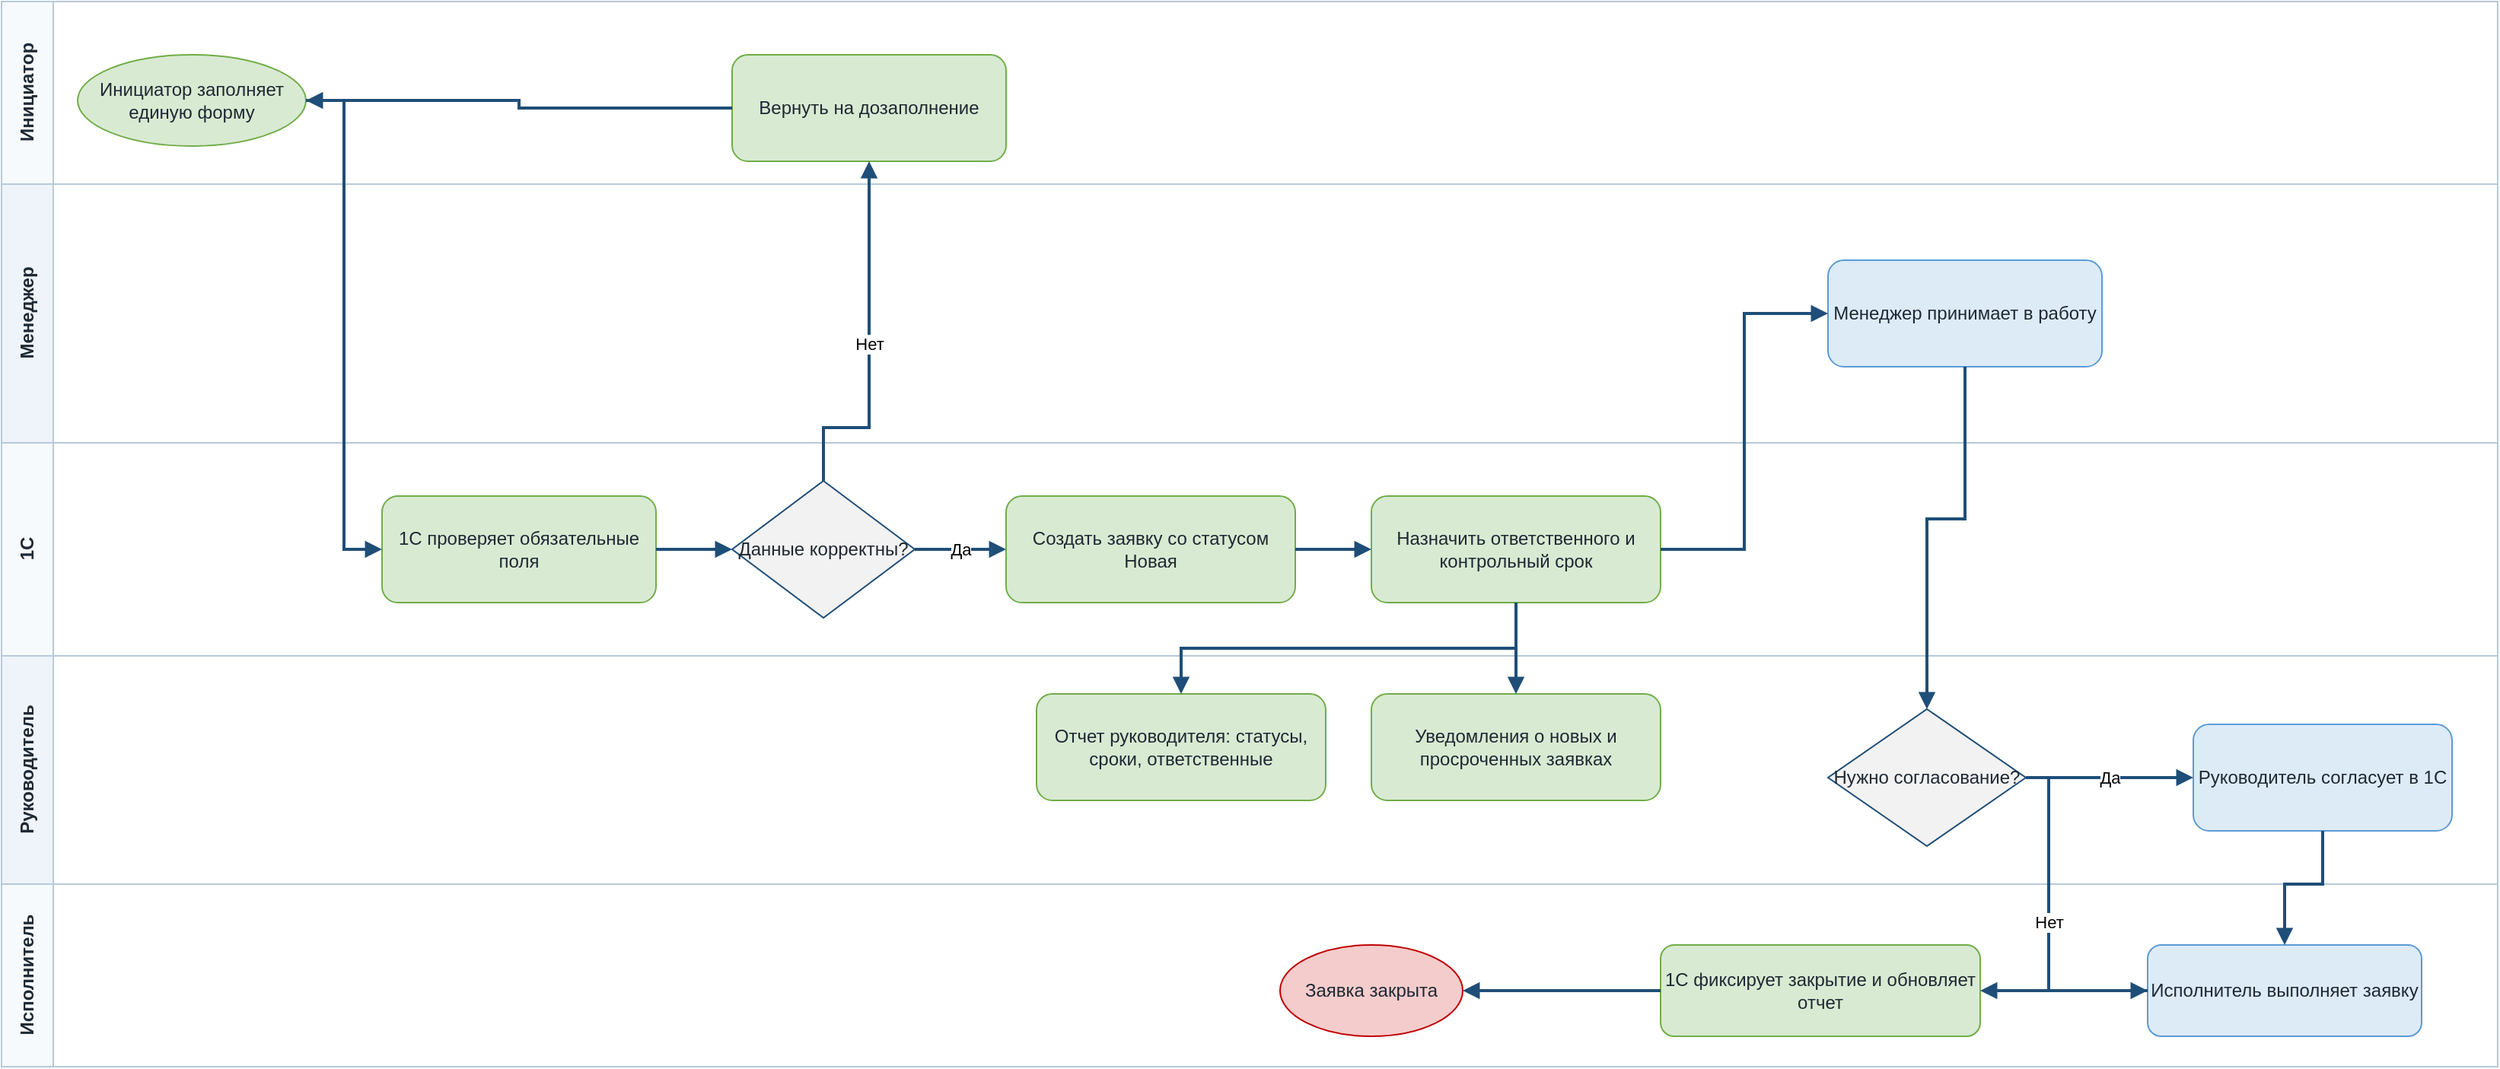
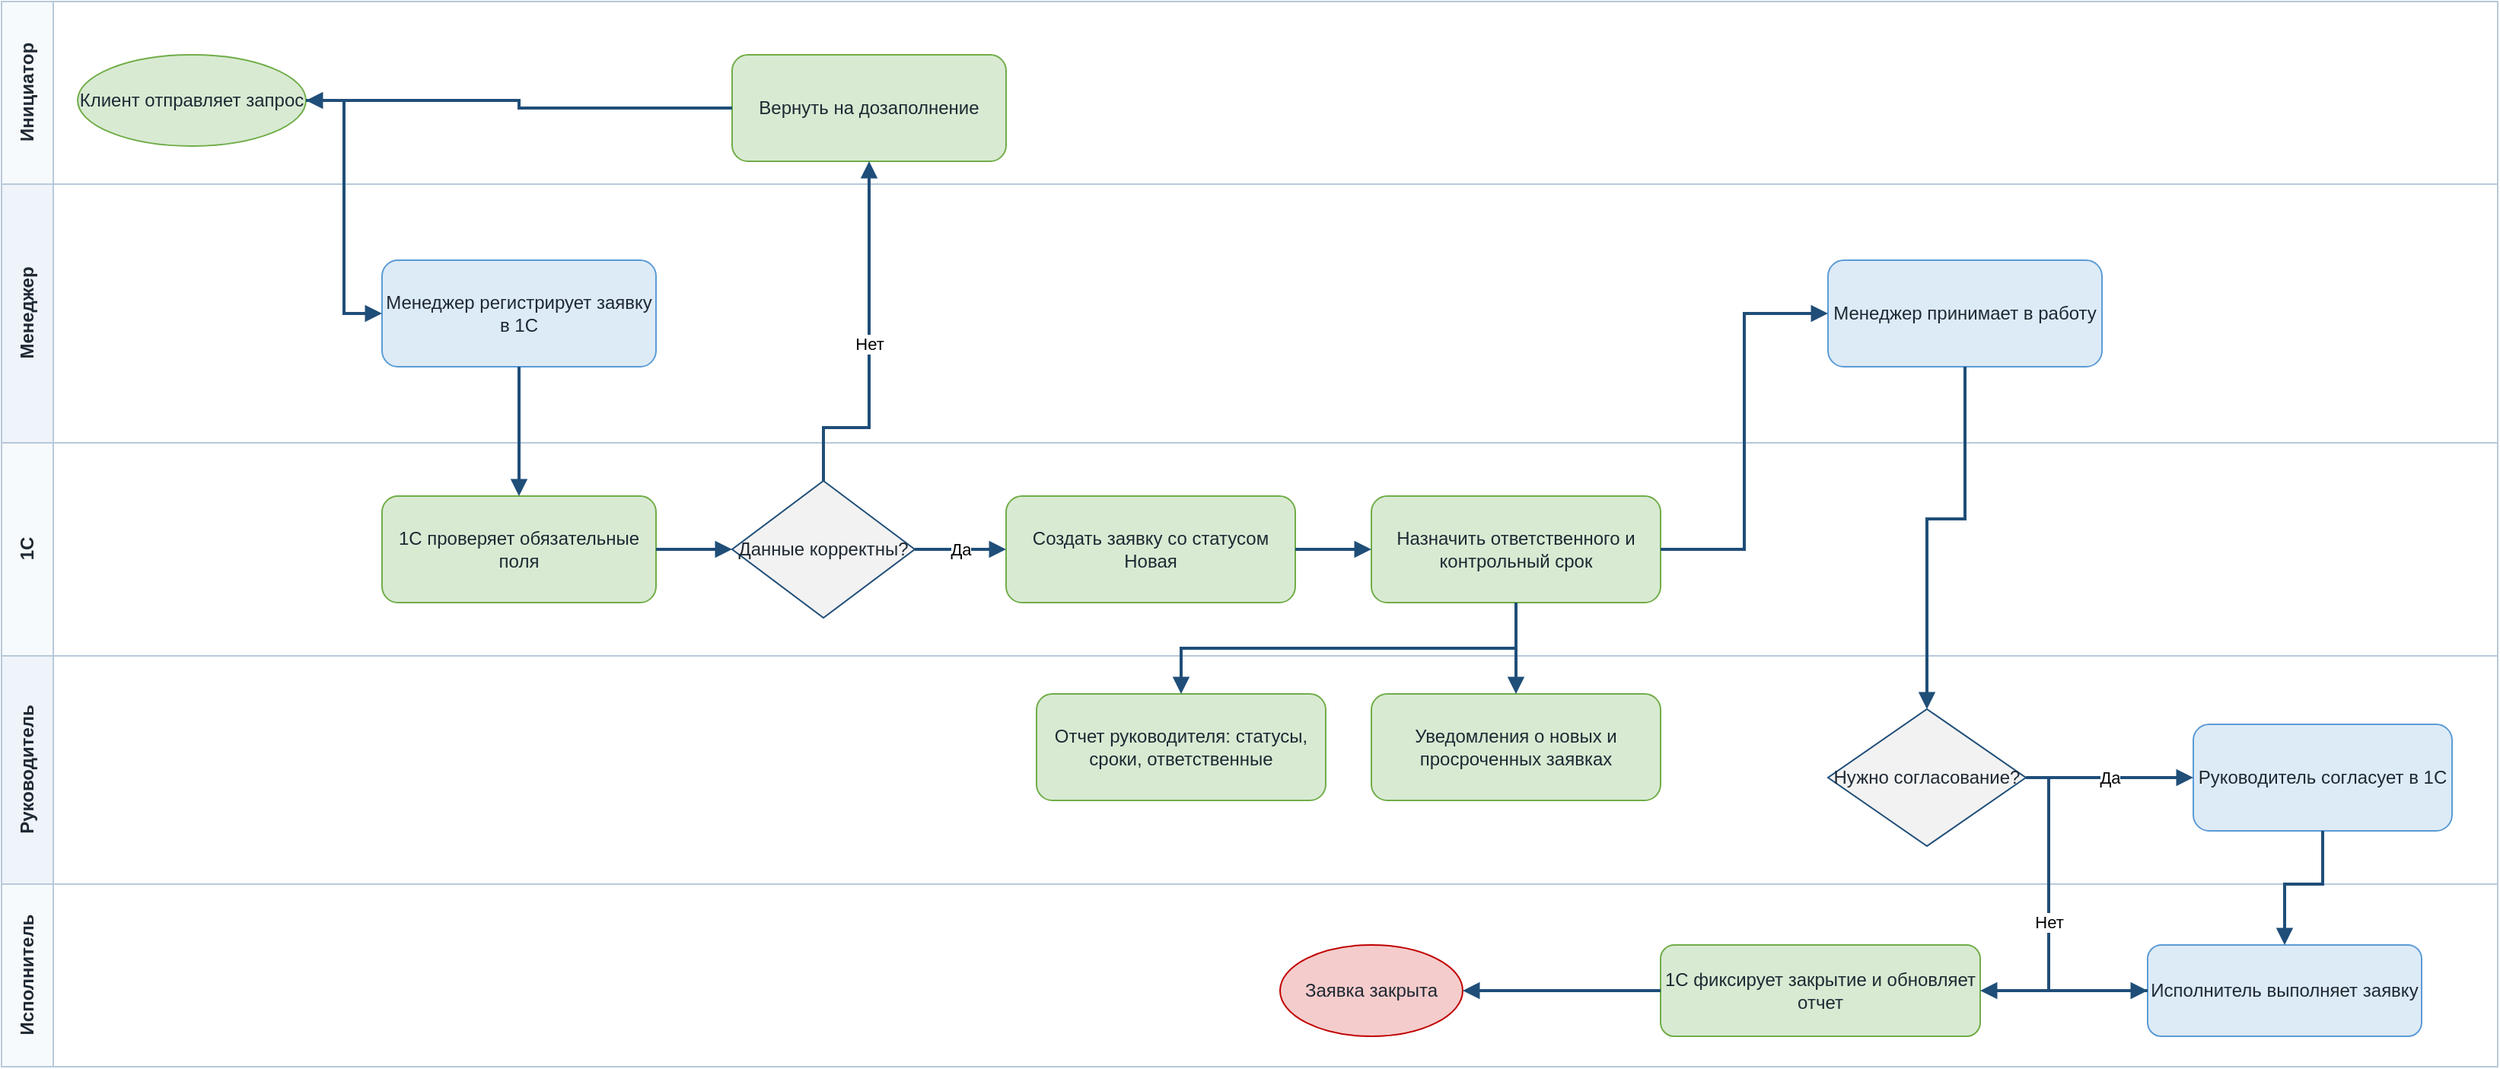
<?xml version="1.0" encoding="UTF-8"?>
<mxfile host="app.diagrams.net" modified="2026-06-25T00:00:00.000Z" agent="Codex" version="24.7.17" type="device">
  <diagram id="целевой-процесс" name="Целевой процесс">
    <mxGraphModel dx="1600" dy="900" grid="1" gridSize="10" guides="1" tooltips="1" connect="1" arrows="1" fold="1" page="1" pageScale="1" pageWidth="1680" pageHeight="820" math="0" shadow="0">
      <root>
        <mxCell id="0" />
        <mxCell id="1" parent="0" />
    <mxCell id="lane-client" value="Инициатор" style="swimlane;html=1;horizontal=0;startSize=34;fillColor=#F7FAFC;strokeColor=#B7C9DA;fontColor=#1F2933;fontStyle=1;" vertex="1" parent="1">
      <mxGeometry x="20" y="80" width="1640" height="120" as="geometry" />
    </mxCell>
    <mxCell id="lane-manager" value="Менеджер" style="swimlane;html=1;horizontal=0;startSize=34;fillColor=#EEF4FA;strokeColor=#B7C9DA;fontColor=#1F2933;fontStyle=1;" vertex="1" parent="1">
      <mxGeometry x="20" y="200" width="1640" height="170" as="geometry" />
    </mxCell>
    <mxCell id="lane-1c" value="1С" style="swimlane;html=1;horizontal=0;startSize=34;fillColor=#F7FAFC;strokeColor=#B7C9DA;fontColor=#1F2933;fontStyle=1;" vertex="1" parent="1">
      <mxGeometry x="20" y="370" width="1640" height="140" as="geometry" />
    </mxCell>
    <mxCell id="lane-head" value="Руководитель" style="swimlane;html=1;horizontal=0;startSize=34;fillColor=#EEF4FA;strokeColor=#B7C9DA;fontColor=#1F2933;fontStyle=1;" vertex="1" parent="1">
      <mxGeometry x="20" y="510" width="1640" height="150" as="geometry" />
    </mxCell>
    <mxCell id="lane-exec" value="Исполнитель" style="swimlane;html=1;horizontal=0;startSize=34;fillColor=#F7FAFC;strokeColor=#B7C9DA;fontColor=#1F2933;fontStyle=1;" vertex="1" parent="1">
      <mxGeometry x="20" y="660" width="1640" height="120" as="geometry" />
    </mxCell>
-     <mxCell id="to-start" value="Инициатор заполняет единую форму" style="ellipse;whiteSpace=wrap;html=1;fillColor=#D9EAD3;strokeColor=#70AD47;fontColor=#1F2933;" vertex="1" parent="1">
+     <mxCell id="to-start" value="Клиент отправляет запрос" style="ellipse;whiteSpace=wrap;html=1;fillColor=#D9EAD3;strokeColor=#70AD47;fontColor=#1F2933;" vertex="1" parent="1">
      <mxGeometry x="70" y="115" width="150" height="60" as="geometry" />
+     </mxCell>
+     <mxCell id="to-register" value="Менеджер регистрирует заявку в 1С" style="rounded=1;whiteSpace=wrap;html=1;fillColor=#DDEBF7;strokeColor=#5B9BD5;fontColor=#1F2933;" vertex="1" parent="1">
+       <mxGeometry x="270" y="250" width="180" height="70" as="geometry" />
    </mxCell>
    <mxCell id="to-validate" value="1С проверяет обязательные поля" style="rounded=1;whiteSpace=wrap;html=1;fillColor=#D9EAD3;strokeColor=#70AD47;fontColor=#1F2933;" vertex="1" parent="1">
      <mxGeometry x="270" y="405" width="180" height="70" as="geometry" />
    </mxCell>
    <mxCell id="to-gateway-valid" value="Данные корректны?" style="rhombus;whiteSpace=wrap;html=1;fillColor=#F2F2F2;strokeColor=#1F4E78;fontColor=#1F2933;" vertex="1" parent="1">
      <mxGeometry x="500" y="395" width="120" height="90" as="geometry" />
    </mxCell>
    <mxCell id="to-return" value="Вернуть на дозаполнение" style="rounded=1;whiteSpace=wrap;html=1;fillColor=#D9EAD3;strokeColor=#70AD47;fontColor=#1F2933;" vertex="1" parent="1">
      <mxGeometry x="500" y="115" width="180" height="70" as="geometry" />
    </mxCell>
    <mxCell id="to-create" value="Создать заявку со статусом Новая" style="rounded=1;whiteSpace=wrap;html=1;fillColor=#D9EAD3;strokeColor=#70AD47;fontColor=#1F2933;" vertex="1" parent="1">
      <mxGeometry x="680" y="405" width="190" height="70" as="geometry" />
    </mxCell>
    <mxCell id="to-assign" value="Назначить ответственного и контрольный срок" style="rounded=1;whiteSpace=wrap;html=1;fillColor=#D9EAD3;strokeColor=#70AD47;fontColor=#1F2933;" vertex="1" parent="1">
      <mxGeometry x="920" y="405" width="190" height="70" as="geometry" />
    </mxCell>
    <mxCell id="to-work" value="Менеджер принимает в работу" style="rounded=1;whiteSpace=wrap;html=1;fillColor=#DDEBF7;strokeColor=#5B9BD5;fontColor=#1F2933;" vertex="1" parent="1">
      <mxGeometry x="1220" y="250" width="180" height="70" as="geometry" />
    </mxCell>
    <mxCell id="to-gateway-approve" value="Нужно согласование?" style="rhombus;whiteSpace=wrap;html=1;fillColor=#F2F2F2;strokeColor=#1F4E78;fontColor=#1F2933;" vertex="1" parent="1">
      <mxGeometry x="1220" y="545" width="130" height="90" as="geometry" />
    </mxCell>
    <mxCell id="to-approve" value="Руководитель согласует в 1С" style="rounded=1;whiteSpace=wrap;html=1;fillColor=#DDEBF7;strokeColor=#5B9BD5;fontColor=#1F2933;" vertex="1" parent="1">
      <mxGeometry x="1460" y="555" width="170" height="70" as="geometry" />
    </mxCell>
    <mxCell id="to-execute" value="Исполнитель выполняет заявку" style="rounded=1;whiteSpace=wrap;html=1;fillColor=#DDEBF7;strokeColor=#5B9BD5;fontColor=#1F2933;" vertex="1" parent="1">
      <mxGeometry x="1430" y="700" width="180" height="60" as="geometry" />
    </mxCell>
    <mxCell id="to-close" value="1С фиксирует закрытие и обновляет отчет" style="rounded=1;whiteSpace=wrap;html=1;fillColor=#D9EAD3;strokeColor=#70AD47;fontColor=#1F2933;" vertex="1" parent="1">
      <mxGeometry x="1110" y="700" width="210" height="60" as="geometry" />
    </mxCell>
    <mxCell id="to-end" value="Заявка закрыта" style="ellipse;whiteSpace=wrap;html=1;fillColor=#F4CCCC;strokeColor=#C00000;fontColor=#1F2933;" vertex="1" parent="1">
      <mxGeometry x="860" y="700" width="120" height="60" as="geometry" />
    </mxCell>
    <mxCell id="to-notify" value="Уведомления о новых и просроченных заявках" style="rounded=1;whiteSpace=wrap;html=1;fillColor=#D9EAD3;strokeColor=#70AD47;fontColor=#1F2933;" vertex="1" parent="1">
      <mxGeometry x="920" y="535" width="190" height="70" as="geometry" />
    </mxCell>
    <mxCell id="to-report" value="Отчет руководителя: статусы, сроки, ответственные" style="rounded=1;whiteSpace=wrap;html=1;fillColor=#D9EAD3;strokeColor=#70AD47;fontColor=#1F2933;" vertex="1" parent="1">
      <mxGeometry x="700" y="535" width="190" height="70" as="geometry" />
    </mxCell>
-     <mxCell id="e1" value="" style="edgeStyle=orthogonalEdgeStyle;rounded=0;orthogonalLoop=1;jettySize=auto;html=1;exitX=1;exitY=0.5;entryX=0;entryY=0.5;strokeColor=#1F4E78;strokeWidth=2;endArrow=block;endFill=1;" edge="1" parent="1" source="to-start" target="to-validate">
-       <mxGeometry relative="1" as="geometry">
-         <Array as="points">
-           <mxPoint x="245" y="145" />
-           <mxPoint x="245" y="440" />
-         </Array>
-       </mxGeometry>
-     </mxCell>
-     <mxCell id="e2" value="" style="edgeStyle=orthogonalEdgeStyle;rounded=0;orthogonalLoop=1;jettySize=auto;html=1;exitX=1;exitY=0.5;entryX=0;entryY=0.5;strokeColor=#1F4E78;strokeWidth=2;endArrow=block;endFill=1;" edge="1" parent="1" source="to-validate" target="to-gateway-valid">
+     <mxCell id="e1" value="" style="edgeStyle=orthogonalEdgeStyle;rounded=0;orthogonalLoop=1;jettySize=auto;html=1;exitX=1;exitY=0.5;entryX=0;entryY=0.5;strokeColor=#1F4E78;strokeWidth=2;endArrow=block;endFill=1;" edge="1" parent="1" source="to-start" target="to-register">
      <mxGeometry relative="1" as="geometry">
      </mxGeometry>
    </mxCell>
-     <mxCell id="e3" value="Нет" style="edgeStyle=orthogonalEdgeStyle;rounded=0;orthogonalLoop=1;jettySize=auto;html=1;exitX=0.5;exitY=0;entryX=0.5;entryY=1;strokeColor=#1F4E78;strokeWidth=2;endArrow=block;endFill=1;" edge="1" parent="1" source="to-gateway-valid" target="to-return">
+     <mxCell id="e2" value="" style="edgeStyle=orthogonalEdgeStyle;rounded=0;orthogonalLoop=1;jettySize=auto;html=1;exitX=0.5;exitY=1;entryX=0.5;entryY=0;strokeColor=#1F4E78;strokeWidth=2;endArrow=block;endFill=1;" edge="1" parent="1" source="to-register" target="to-validate">
+       <mxGeometry relative="1" as="geometry">
+       </mxGeometry>
+     </mxCell>
+     <mxCell id="e3" value="" style="edgeStyle=orthogonalEdgeStyle;rounded=0;orthogonalLoop=1;jettySize=auto;html=1;exitX=1;exitY=0.5;entryX=0;entryY=0.5;strokeColor=#1F4E78;strokeWidth=2;endArrow=block;endFill=1;" edge="1" parent="1" source="to-validate" target="to-gateway-valid">
+       <mxGeometry relative="1" as="geometry">
+       </mxGeometry>
+     </mxCell>
+     <mxCell id="e4" value="Нет" style="edgeStyle=orthogonalEdgeStyle;rounded=0;orthogonalLoop=1;jettySize=auto;html=1;exitX=0.5;exitY=0;entryX=0.5;entryY=1;strokeColor=#1F4E78;strokeWidth=2;endArrow=block;endFill=1;" edge="1" parent="1" source="to-gateway-valid" target="to-return">
      <mxGeometry relative="1" as="geometry">
        <Array as="points">
          <mxPoint x="560" y="360" />
          <mxPoint x="590" y="360" />
        </Array>
      </mxGeometry>
    </mxCell>
-     <mxCell id="e4" value="" style="edgeStyle=orthogonalEdgeStyle;rounded=0;orthogonalLoop=1;jettySize=auto;html=1;exitX=0;exitY=0.5;entryX=1;entryY=0.5;strokeColor=#1F4E78;strokeWidth=2;endArrow=block;endFill=1;" edge="1" parent="1" source="to-return" target="to-start">
+     <mxCell id="e5" value="" style="edgeStyle=orthogonalEdgeStyle;rounded=0;orthogonalLoop=1;jettySize=auto;html=1;exitX=0;exitY=0.5;entryX=1;entryY=0.5;strokeColor=#1F4E78;strokeWidth=2;endArrow=block;endFill=1;" edge="1" parent="1" source="to-return" target="to-start">
      <mxGeometry relative="1" as="geometry">
        <Array as="points">
          <mxPoint x="360" y="150" />
          <mxPoint x="360" y="145" />
        </Array>
      </mxGeometry>
    </mxCell>
-     <mxCell id="e5" value="Да" style="edgeStyle=orthogonalEdgeStyle;rounded=0;orthogonalLoop=1;jettySize=auto;html=1;exitX=1;exitY=0.5;entryX=0;entryY=0.5;strokeColor=#1F4E78;strokeWidth=2;endArrow=block;endFill=1;" edge="1" parent="1" source="to-gateway-valid" target="to-create">
+     <mxCell id="e6" value="Да" style="edgeStyle=orthogonalEdgeStyle;rounded=0;orthogonalLoop=1;jettySize=auto;html=1;exitX=1;exitY=0.5;entryX=0;entryY=0.5;strokeColor=#1F4E78;strokeWidth=2;endArrow=block;endFill=1;" edge="1" parent="1" source="to-gateway-valid" target="to-create">
      <mxGeometry relative="1" as="geometry">
      </mxGeometry>
    </mxCell>
-     <mxCell id="e6" value="" style="edgeStyle=orthogonalEdgeStyle;rounded=0;orthogonalLoop=1;jettySize=auto;html=1;exitX=1;exitY=0.5;entryX=0;entryY=0.5;strokeColor=#1F4E78;strokeWidth=2;endArrow=block;endFill=1;" edge="1" parent="1" source="to-create" target="to-assign">
+     <mxCell id="e7" value="" style="edgeStyle=orthogonalEdgeStyle;rounded=0;orthogonalLoop=1;jettySize=auto;html=1;exitX=1;exitY=0.5;entryX=0;entryY=0.5;strokeColor=#1F4E78;strokeWidth=2;endArrow=block;endFill=1;" edge="1" parent="1" source="to-create" target="to-assign">
      <mxGeometry relative="1" as="geometry">
      </mxGeometry>
    </mxCell>
-     <mxCell id="e7" value="" style="edgeStyle=orthogonalEdgeStyle;rounded=0;orthogonalLoop=1;jettySize=auto;html=1;exitX=1;exitY=0.5;entryX=0;entryY=0.5;strokeColor=#1F4E78;strokeWidth=2;endArrow=block;endFill=1;" edge="1" parent="1" source="to-assign" target="to-work">
+     <mxCell id="e8" value="" style="edgeStyle=orthogonalEdgeStyle;rounded=0;orthogonalLoop=1;jettySize=auto;html=1;exitX=1;exitY=0.5;entryX=0;entryY=0.5;strokeColor=#1F4E78;strokeWidth=2;endArrow=block;endFill=1;" edge="1" parent="1" source="to-assign" target="to-work">
      <mxGeometry relative="1" as="geometry">
        <Array as="points">
          <mxPoint x="1165" y="440" />
          <mxPoint x="1165" y="285" />
        </Array>
      </mxGeometry>
    </mxCell>
-     <mxCell id="e8" value="" style="edgeStyle=orthogonalEdgeStyle;rounded=0;orthogonalLoop=1;jettySize=auto;html=1;exitX=0.5;exitY=1;entryX=0.5;entryY=0;strokeColor=#1F4E78;strokeWidth=2;endArrow=block;endFill=1;" edge="1" parent="1" source="to-assign" target="to-notify">
+     <mxCell id="e9" value="" style="edgeStyle=orthogonalEdgeStyle;rounded=0;orthogonalLoop=1;jettySize=auto;html=1;exitX=0.5;exitY=1;entryX=0.5;entryY=0;strokeColor=#1F4E78;strokeWidth=2;endArrow=block;endFill=1;" edge="1" parent="1" source="to-assign" target="to-notify">
      <mxGeometry relative="1" as="geometry">
        <Array as="points">
          <mxPoint x="1015" y="505" />
        </Array>
      </mxGeometry>
    </mxCell>
-     <mxCell id="e9" value="" style="edgeStyle=orthogonalEdgeStyle;rounded=0;orthogonalLoop=1;jettySize=auto;html=1;exitX=0.5;exitY=1;entryX=0.5;entryY=0;strokeColor=#1F4E78;strokeWidth=2;endArrow=block;endFill=1;" edge="1" parent="1" source="to-assign" target="to-report">
+     <mxCell id="e10" value="" style="edgeStyle=orthogonalEdgeStyle;rounded=0;orthogonalLoop=1;jettySize=auto;html=1;exitX=0.5;exitY=1;entryX=0.5;entryY=0;strokeColor=#1F4E78;strokeWidth=2;endArrow=block;endFill=1;" edge="1" parent="1" source="to-assign" target="to-report">
      <mxGeometry relative="1" as="geometry">
        <Array as="points">
          <mxPoint x="1015" y="505" />
          <mxPoint x="795" y="505" />
        </Array>
      </mxGeometry>
    </mxCell>
-     <mxCell id="e10" value="" style="edgeStyle=orthogonalEdgeStyle;rounded=0;orthogonalLoop=1;jettySize=auto;html=1;exitX=0.5;exitY=1;entryX=0.5;entryY=0;strokeColor=#1F4E78;strokeWidth=2;endArrow=block;endFill=1;" edge="1" parent="1" source="to-work" target="to-gateway-approve">
+     <mxCell id="e11" value="" style="edgeStyle=orthogonalEdgeStyle;rounded=0;orthogonalLoop=1;jettySize=auto;html=1;exitX=0.5;exitY=1;entryX=0.5;entryY=0;strokeColor=#1F4E78;strokeWidth=2;endArrow=block;endFill=1;" edge="1" parent="1" source="to-work" target="to-gateway-approve">
      <mxGeometry relative="1" as="geometry">
        <Array as="points">
          <mxPoint x="1310" y="420" />
          <mxPoint x="1285" y="420" />
        </Array>
      </mxGeometry>
    </mxCell>
-     <mxCell id="e11" value="Да" style="edgeStyle=orthogonalEdgeStyle;rounded=0;orthogonalLoop=1;jettySize=auto;html=1;exitX=1;exitY=0.5;entryX=0;entryY=0.5;strokeColor=#1F4E78;strokeWidth=2;endArrow=block;endFill=1;" edge="1" parent="1" source="to-gateway-approve" target="to-approve">
+     <mxCell id="e12" value="Да" style="edgeStyle=orthogonalEdgeStyle;rounded=0;orthogonalLoop=1;jettySize=auto;html=1;exitX=1;exitY=0.5;entryX=0;entryY=0.5;strokeColor=#1F4E78;strokeWidth=2;endArrow=block;endFill=1;" edge="1" parent="1" source="to-gateway-approve" target="to-approve">
      <mxGeometry relative="1" as="geometry">
      </mxGeometry>
    </mxCell>
-     <mxCell id="e12" value="Нет" style="edgeStyle=orthogonalEdgeStyle;rounded=0;orthogonalLoop=1;jettySize=auto;html=1;exitX=1;exitY=0.5;entryX=0;entryY=0.5;strokeColor=#1F4E78;strokeWidth=2;endArrow=block;endFill=1;" edge="1" parent="1" source="to-gateway-approve" target="to-execute">
+     <mxCell id="e13" value="Нет" style="edgeStyle=orthogonalEdgeStyle;rounded=0;orthogonalLoop=1;jettySize=auto;html=1;exitX=1;exitY=0.5;entryX=0;entryY=0.5;strokeColor=#1F4E78;strokeWidth=2;endArrow=block;endFill=1;" edge="1" parent="1" source="to-gateway-approve" target="to-execute">
      <mxGeometry relative="1" as="geometry">
        <Array as="points">
          <mxPoint x="1365" y="590" />
          <mxPoint x="1365" y="730" />
        </Array>
      </mxGeometry>
    </mxCell>
-     <mxCell id="e13" value="" style="edgeStyle=orthogonalEdgeStyle;rounded=0;orthogonalLoop=1;jettySize=auto;html=1;exitX=0.5;exitY=1;entryX=0.5;entryY=0;strokeColor=#1F4E78;strokeWidth=2;endArrow=block;endFill=1;" edge="1" parent="1" source="to-approve" target="to-execute">
+     <mxCell id="e14" value="" style="edgeStyle=orthogonalEdgeStyle;rounded=0;orthogonalLoop=1;jettySize=auto;html=1;exitX=0.5;exitY=1;entryX=0.5;entryY=0;strokeColor=#1F4E78;strokeWidth=2;endArrow=block;endFill=1;" edge="1" parent="1" source="to-approve" target="to-execute">
      <mxGeometry relative="1" as="geometry">
        <Array as="points">
          <mxPoint x="1545" y="660" />
          <mxPoint x="1520" y="660" />
        </Array>
      </mxGeometry>
    </mxCell>
-     <mxCell id="e14" value="" style="edgeStyle=orthogonalEdgeStyle;rounded=0;orthogonalLoop=1;jettySize=auto;html=1;exitX=0;exitY=0.5;entryX=1;entryY=0.5;strokeColor=#1F4E78;strokeWidth=2;endArrow=block;endFill=1;" edge="1" parent="1" source="to-execute" target="to-close">
+     <mxCell id="e15" value="" style="edgeStyle=orthogonalEdgeStyle;rounded=0;orthogonalLoop=1;jettySize=auto;html=1;exitX=0;exitY=0.5;entryX=1;entryY=0.5;strokeColor=#1F4E78;strokeWidth=2;endArrow=block;endFill=1;" edge="1" parent="1" source="to-execute" target="to-close">
      <mxGeometry relative="1" as="geometry">
      </mxGeometry>
    </mxCell>
-     <mxCell id="e15" value="" style="edgeStyle=orthogonalEdgeStyle;rounded=0;orthogonalLoop=1;jettySize=auto;html=1;exitX=0;exitY=0.5;entryX=1;entryY=0.5;strokeColor=#1F4E78;strokeWidth=2;endArrow=block;endFill=1;" edge="1" parent="1" source="to-close" target="to-end">
+     <mxCell id="e16" value="" style="edgeStyle=orthogonalEdgeStyle;rounded=0;orthogonalLoop=1;jettySize=auto;html=1;exitX=0;exitY=0.5;entryX=1;entryY=0.5;strokeColor=#1F4E78;strokeWidth=2;endArrow=block;endFill=1;" edge="1" parent="1" source="to-close" target="to-end">
      <mxGeometry relative="1" as="geometry">
      </mxGeometry>
    </mxCell>
      </root>
    </mxGraphModel>
  </diagram>
</mxfile>
